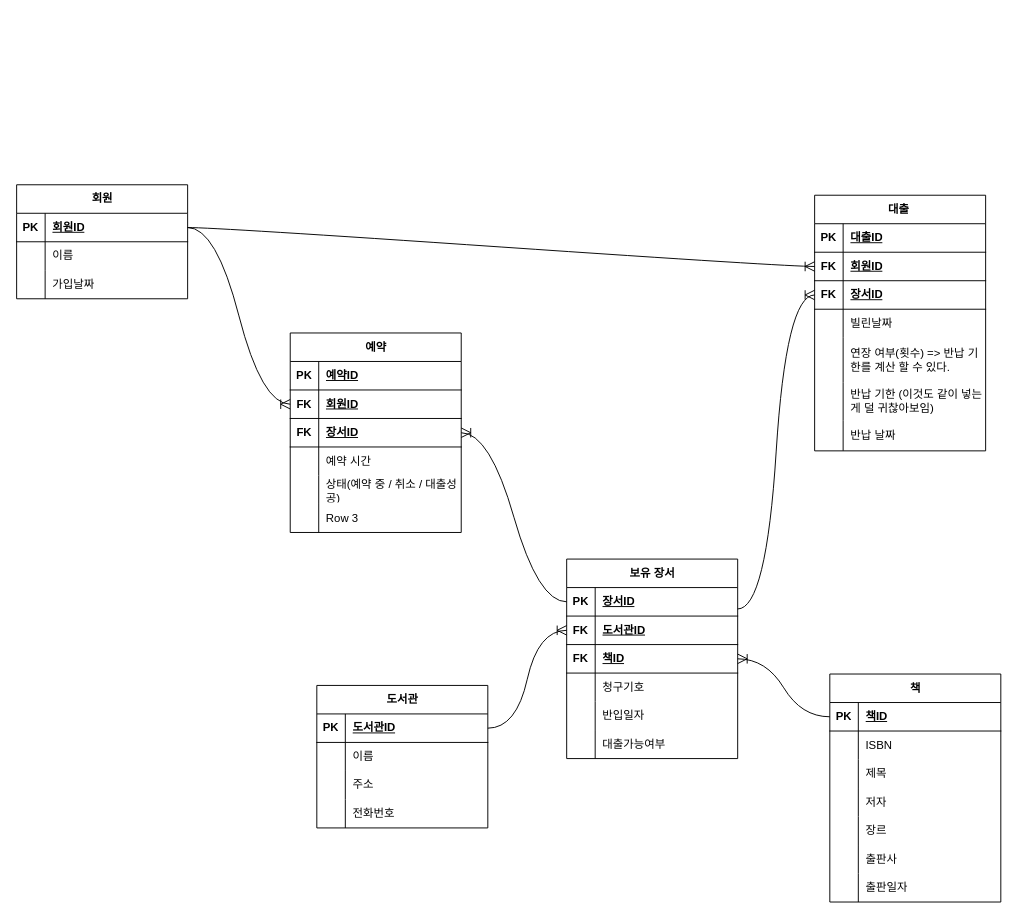
The draw.io diagram db/도서관.drawio in ssdeok/TIL, before the edit. Source tidied: cells renumbered, new cells numbered last; positions are measured from the earlier drawing's top-left corner, leaving out a move shared by most shapes. Both pictures are drawn from the tidied source at 95%, with x=0, y=0 at pixel (16, 184).
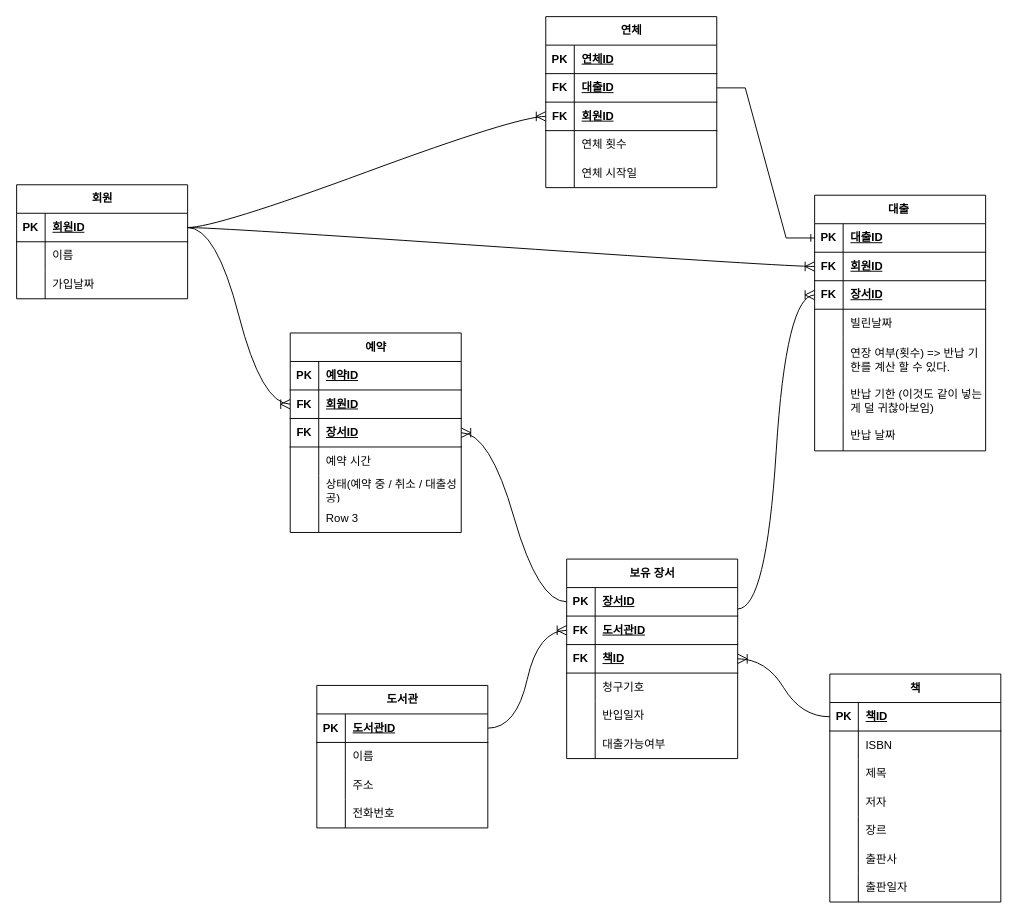
The same page after the edit.

The change refers to these unchanged cells:
```xml
<mxCell id="59" style="shape=tableRow;horizontal=0;startSize=0;swimlaneHead=0;swimlaneBody=0;fillColor=none;points=[[0,0.5],[1,0.5]];portConstraint=eastwest;top=0;left=0;right=0;bottom=1;" parent="58" vertex="1">
  <mxGeometry y="30" width="180" height="30" as="geometry" />
</mxCell>
<mxCell id="69" style="shape=tableRow;horizontal=0;startSize=0;swimlaneHead=0;swimlaneBody=0;fillColor=none;points=[[0,0.5],[1,0.5]];portConstraint=eastwest;top=0;left=0;right=0;bottom=1;" parent="68" vertex="1">
  <mxGeometry y="30" width="180" height="30" as="geometry" />
</mxCell>
```

The edit, as a diff of the source:
```diff
@@
+    <mxCell id="113" value="연체" style="shape=table;startSize=30;childLayout=tableLayout;rowLines=0;fontStyle=1;align=center;html=1;" parent="1" vertex="1">
+      <mxGeometry x="557" y="-177" width="180" height="180" as="geometry" />
+    </mxCell>
+    <mxCell id="114" style="shape=tableRow;horizontal=0;startSize=0;swimlaneHead=0;swimlaneBody=0;fillColor=none;top=0;left=0;right=0;bottom=1;" parent="113" vertex="1">
+      <mxGeometry y="30" width="180" height="30" as="geometry" />
+    </mxCell>
+    <mxCell id="115" value="PK" style="shape=partialRectangle;fillColor=none;top=0;left=0;bottom=0;right=0;fontStyle=1;overflow=hidden;whiteSpace=wrap;html=1;" parent="114" vertex="1">
+      <mxGeometry width="30" height="30" as="geometry" />
+    </mxCell>
+    <mxCell id="116" value="연체ID" style="shape=partialRectangle;fillColor=none;top=0;left=0;bottom=0;right=0;align=left;spacingLeft=6;fontStyle=5;overflow=hidden;whiteSpace=wrap;html=1;" parent="114" vertex="1">
+      <mxGeometry x="30" width="150" height="30" as="geometry" />
+    </mxCell>
+    <mxCell id="117" style="shape=tableRow;horizontal=0;startSize=0;swimlaneHead=0;swimlaneBody=0;fillColor=none;points=[[0,0.5],[1,0.5]];portConstraint=eastwest;top=0;left=0;right=0;bottom=1;" parent="113" vertex="1">
+      <mxGeometry y="60" width="180" height="30" as="geometry" />
+    </mxCell>
+    <mxCell id="118" value="FK" style="shape=partialRectangle;fillColor=none;top=0;left=0;bottom=0;right=0;fontStyle=1;overflow=hidden;whiteSpace=wrap;html=1;" parent="117" vertex="1">
+      <mxGeometry width="30" height="30" as="geometry" />
+    </mxCell>
+    <mxCell id="119" value="대출ID" style="shape=partialRectangle;fillColor=none;top=0;left=0;bottom=0;right=0;align=left;spacingLeft=6;fontStyle=5;overflow=hidden;whiteSpace=wrap;html=1;" parent="117" vertex="1">
+      <mxGeometry x="30" width="150" height="30" as="geometry" />
+    </mxCell>
+    <mxCell id="120" style="shape=tableRow;horizontal=0;startSize=0;swimlaneHead=0;swimlaneBody=0;fillColor=none;points=[[0,0.5],[1,0.5]];portConstraint=eastwest;top=0;left=0;right=0;bottom=1;" parent="113" vertex="1">
+      <mxGeometry y="90" width="180" height="30" as="geometry" />
+    </mxCell>
+    <mxCell id="121" value="FK" style="shape=partialRectangle;fillColor=none;top=0;left=0;bottom=0;right=0;fontStyle=1;overflow=hidden;whiteSpace=wrap;html=1;" parent="120" vertex="1">
+      <mxGeometry width="30" height="30" as="geometry" />
+    </mxCell>
+    <mxCell id="122" value="회원ID" style="shape=partialRectangle;fillColor=none;top=0;left=0;bottom=0;right=0;align=left;spacingLeft=6;fontStyle=5;overflow=hidden;whiteSpace=wrap;html=1;" parent="120" vertex="1">
+      <mxGeometry x="30" width="150" height="30" as="geometry" />
+    </mxCell>
+    <mxCell id="123" style="shape=tableRow;horizontal=0;startSize=0;swimlaneHead=0;swimlaneBody=0;fillColor=none;top=0;left=0;right=0;bottom=0;" parent="113" vertex="1">
+      <mxGeometry y="120" width="180" height="30" as="geometry" />
+    </mxCell>
+    <mxCell id="124" style="shape=partialRectangle;fillColor=none;top=0;left=0;bottom=0;right=0;overflow=hidden;whiteSpace=wrap;html=1;" parent="123" vertex="1">
+      <mxGeometry width="30" height="30" as="geometry" />
+    </mxCell>
+    <mxCell id="125" value="연체 횟수" style="shape=partialRectangle;fillColor=none;top=0;left=0;bottom=0;right=0;align=left;spacingLeft=6;overflow=hidden;whiteSpace=wrap;html=1;" parent="123" vertex="1">
+      <mxGeometry x="30" width="150" height="30" as="geometry" />
+    </mxCell>
+    <mxCell id="126" style="shape=tableRow;horizontal=0;startSize=0;swimlaneHead=0;swimlaneBody=0;fillColor=none;top=0;left=0;right=0;bottom=0;" parent="113" vertex="1">
+      <mxGeometry y="150" width="180" height="30" as="geometry" />
+    </mxCell>
+    <mxCell id="127" style="shape=partialRectangle;fillColor=none;top=0;left=0;bottom=0;right=0;overflow=hidden;whiteSpace=wrap;html=1;" parent="126" vertex="1">
+      <mxGeometry width="30" height="30" as="geometry" />
+    </mxCell>
+    <mxCell id="128" value="연체 시작일" style="shape=partialRectangle;fillColor=none;top=0;left=0;bottom=0;right=0;align=left;spacingLeft=6;overflow=hidden;whiteSpace=wrap;html=1;" parent="126" vertex="1">
+      <mxGeometry x="30" width="150" height="30" as="geometry" />
+    </mxCell>
+    <mxCell id="129" style="edgeStyle=entityRelationEdgeStyle;fontSize=12;html=1;endArrow=ERoneToMany;rounded=0;startSize=8;endSize=8;curved=1;exitX=1;exitY=0.5;exitDx=0;exitDy=0;entryX=0;entryY=0.5;entryDx=0;entryDy=0;" parent="1" edge="1" source="59" target="120">
+      <mxGeometry relative="1" as="geometry" />
+    </mxCell>
+    <mxCell id="130" style="edgeStyle=entityRelationEdgeStyle;fontSize=12;html=1;endArrow=ERone;endFill=1;rounded=0;exitX=1;exitY=0.5;exitDx=0;exitDy=0;entryX=0;entryY=0.5;entryDx=0;entryDy=0;" parent="1" edge="1" source="117" target="69">
+      <mxGeometry relative="1" as="geometry" />
+    </mxCell>
```
